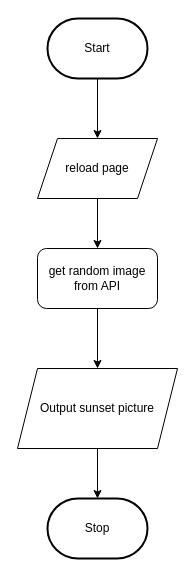
This is design/flowchart.drawio from MTHS-ICS2O-2-2022/ICS2O-Assignment-06-Bonnie-Zhu, a draw.io file, before an edit. Source tidied: cells renumbered, new cells numbered last; positions are measured from the earlier drawing's top-left corner, leaving out a move shared by most shapes. Both pictures are drawn from the tidied source at 100%, with x=0, y=0 at pixel (17, 18).
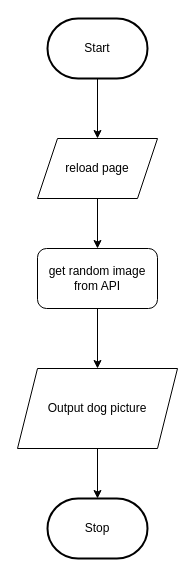
The same page after the edit.

What changed in the source:
```diff
@@
 <mxGraphModel>
   <root>
     <mxCell id="0" />
     <mxCell id="1" parent="0" />
     <mxCell id="2" style="edgeStyle=none;html=1;" parent="1" edge="1" source="3" target="6">
       <mxGeometry relative="1" as="geometry" />
     </mxCell>
     <mxCell id="3" value="Start" style="strokeWidth=2;html=1;shape=mxgraph.flowchart.terminator;whiteSpace=wrap;" parent="1" vertex="1">
       <mxGeometry x="30" width="100" height="60" as="geometry" />
     </mxCell>
     <mxCell id="4" value="Stop" style="strokeWidth=2;html=1;shape=mxgraph.flowchart.terminator;whiteSpace=wrap;" parent="1" vertex="1">
       <mxGeometry x="30" y="480" width="100" height="60" as="geometry" />
     </mxCell>
     <mxCell id="5" style="edgeStyle=none;html=1;" parent="1" edge="1" source="6" target="8">
       <mxGeometry relative="1" as="geometry" />
     </mxCell>
     <mxCell id="6" value="reload page" style="shape=parallelogram;perimeter=parallelogramPerimeter;whiteSpace=wrap;html=1;fixedSize=1;" parent="1" vertex="1">
       <mxGeometry x="20" y="120" width="120" height="60" as="geometry" />
     </mxCell>
     <mxCell id="7" style="edgeStyle=none;html=1;entryX=0.5;entryY=0;entryDx=0;entryDy=0;" parent="1" edge="1" source="8" target="10">
       <mxGeometry relative="1" as="geometry" />
     </mxCell>
     <mxCell id="8" value="get random image from API" style="rounded=1;whiteSpace=wrap;html=1;" parent="1" vertex="1">
       <mxGeometry x="20" y="230" width="120" height="60" as="geometry" />
     </mxCell>
     <mxCell id="9" style="edgeStyle=none;html=1;" parent="1" edge="1" source="10" target="4">
       <mxGeometry relative="1" as="geometry" />
     </mxCell>
-    <mxCell id="10" value="Output sunset picture" style="shape=parallelogram;perimeter=parallelogramPerimeter;whiteSpace=wrap;html=1;fixedSize=1;" parent="1" vertex="1">
+    <mxCell id="10" value="Output dog picture" style="shape=parallelogram;perimeter=parallelogramPerimeter;whiteSpace=wrap;html=1;fixedSize=1;" parent="1" vertex="1">
       <mxGeometry y="350" width="160" height="80" as="geometry" />
     </mxCell>
   </root>
 </mxGraphModel>
```
